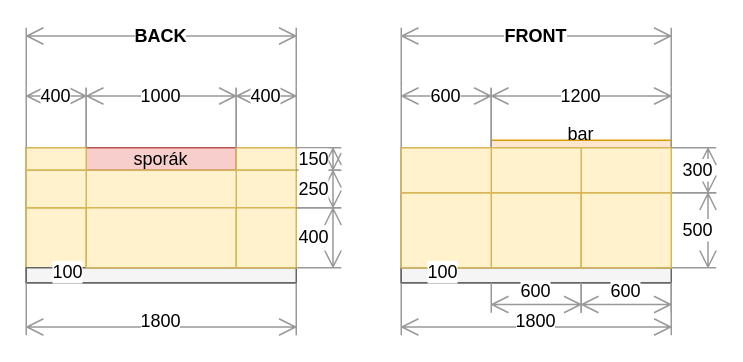
This is page "Page-1" (1 of 2) of docs/src/static/drawings/kitchen.island.drawio from surquest/flat-renovation, a draw.io file, before an edit. Source tidied: cells renumbered, new cells numbered last; positions are measured from the earlier drawing's top-left corner, leaving out a move shared by most shapes. Both pictures are drawn from the tidied source at 150%, with x=0, y=0 at pixel (26, 27).
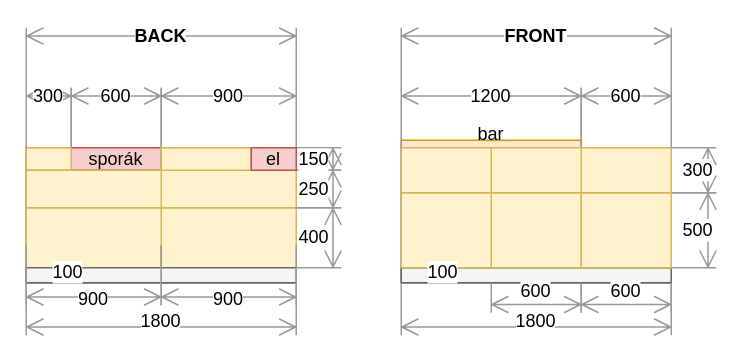
The same page after the edit.

Commit message (it also covers changes not shown here):
Kitchen layout patch

The edit, as a diff of the source:
```diff
@@
+    <mxCell id="12" style="rounded=0;whiteSpace=wrap;html=1;fillColor=#fff2cc;strokeColor=#d6b656;" parent="1" vertex="1">
+      <mxGeometry x="90" y="120" width="90" height="40" as="geometry" />
+    </mxCell>
+    <mxCell id="6" style="rounded=0;whiteSpace=wrap;html=1;fillColor=#fff2cc;strokeColor=#d6b656;" parent="1" vertex="1">
+      <mxGeometry y="120" width="90" height="40" as="geometry" />
+    </mxCell>
+    <mxCell id="7" style="rounded=0;whiteSpace=wrap;html=1;strokeColor=#666666;fillColor=#f5f5f5;fontColor=#333333;" parent="1" vertex="1">
+      <mxGeometry y="160" width="180" height="10" as="geometry" />
+    </mxCell>
     <mxCell id="3" value="sporák" style="rounded=0;whiteSpace=wrap;html=1;fillColor=#f8cecc;strokeColor=#b85450;" parent="1" vertex="1">
-      <mxGeometry x="40" y="80" width="100" height="15" as="geometry" />
+      <mxGeometry x="30" y="80" width="60" height="15" as="geometry" />
     </mxCell>
     <mxCell id="4" style="rounded=0;whiteSpace=wrap;html=1;fillColor=#fff2cc;strokeColor=#d6b656;" parent="1" vertex="1">
-      <mxGeometry x="140" y="80" width="40" height="15" as="geometry" />
+      <mxGeometry x="90" y="80" width="90" height="15" as="geometry" />
     </mxCell>
     <mxCell id="5" style="rounded=0;whiteSpace=wrap;html=1;fillColor=#fff2cc;strokeColor=#d6b656;" parent="1" vertex="1">
-      <mxGeometry x="140" y="95" width="40" height="25" as="geometry" />
+      <mxGeometry x="90" y="95" width="90" height="25" as="geometry" />
     </mxCell>
-    <mxCell id="6" style="rounded=0;whiteSpace=wrap;html=1;fillColor=#fff2cc;strokeColor=#d6b656;" parent="1" vertex="1">
-      <mxGeometry y="120" width="40" height="40" as="geometry" />
-    </mxCell>
-    <mxCell id="7" style="rounded=0;whiteSpace=wrap;html=1;strokeColor=#666666;fillColor=#f5f5f5;fontColor=#333333;" parent="1" vertex="1">
-      <mxGeometry y="160" width="180" height="10" as="geometry" />
-    </mxCell>
-    <mxCell id="8" style="rounded=0;whiteSpace=wrap;html=1;fillColor=#fff2cc;strokeColor=#d6b656;" parent="1" vertex="1">
-      <mxGeometry x="40" y="95" width="100" height="25" as="geometry" />
-    </mxCell>
-    <mxCell id="9" style="rounded=0;whiteSpace=wrap;html=1;fillColor=#fff2cc;strokeColor=#d6b656;" parent="1" vertex="1">
-      <mxGeometry x="40" y="120" width="100" height="40" as="geometry" />
-    </mxCell>
     <mxCell id="10" style="rounded=0;whiteSpace=wrap;html=1;fillColor=#fff2cc;strokeColor=#d6b656;" parent="1" vertex="1">
-      <mxGeometry y="80" width="40" height="15" as="geometry" />
+      <mxGeometry y="80" width="30" height="15" as="geometry" />
     </mxCell>
     <mxCell id="11" style="rounded=0;whiteSpace=wrap;html=1;fillColor=#fff2cc;strokeColor=#d6b656;" parent="1" vertex="1">
-      <mxGeometry y="95" width="40" height="25" as="geometry" />
+      <mxGeometry y="95" width="90" height="25" as="geometry" />
     </mxCell>
-    <mxCell id="12" style="rounded=0;whiteSpace=wrap;html=1;fillColor=#fff2cc;strokeColor=#d6b656;" parent="1" vertex="1">
-      <mxGeometry x="140" y="120" width="40" height="40" as="geometry" />
-    </mxCell>
@@
-    <mxCell id="15" value="400" style="shape=dimension;direction=west;whiteSpace=wrap;html=1;align=center;verticalAlign=top;spacingTop=-8;labelBackgroundColor=#ffffff;strokeColor=#999999;" parent="1" vertex="1">
-      <mxGeometry x="140" y="40" width="40" height="40" as="geometry" />
+    <mxCell id="15" value="900" style="shape=dimension;direction=west;whiteSpace=wrap;html=1;align=center;verticalAlign=top;spacingTop=-8;labelBackgroundColor=#ffffff;strokeColor=#999999;" parent="1" vertex="1">
+      <mxGeometry x="90" y="40" width="90" height="40" as="geometry" />
     </mxCell>
-    <mxCell id="16" value="400" style="shape=dimension;direction=west;whiteSpace=wrap;html=1;align=center;verticalAlign=top;spacingTop=-8;labelBackgroundColor=#ffffff;strokeColor=#999999;" parent="1" vertex="1">
-      <mxGeometry y="40" width="40" height="40" as="geometry" />
+    <mxCell id="16" value="300" style="shape=dimension;direction=west;whiteSpace=wrap;html=1;align=center;verticalAlign=top;spacingTop=-8;labelBackgroundColor=#ffffff;strokeColor=#999999;" parent="1" vertex="1">
+      <mxGeometry y="40" width="30" height="40" as="geometry" />
     </mxCell>
-    <mxCell id="17" value="1000" style="shape=dimension;direction=west;whiteSpace=wrap;html=1;align=center;verticalAlign=top;spacingTop=-8;labelBackgroundColor=#ffffff;strokeColor=#999999;" parent="1" vertex="1">
-      <mxGeometry x="40" y="40" width="100" height="40" as="geometry" />
+    <mxCell id="17" value="600" style="shape=dimension;direction=west;whiteSpace=wrap;html=1;align=center;verticalAlign=top;spacingTop=-8;labelBackgroundColor=#ffffff;strokeColor=#999999;" parent="1" vertex="1">
+      <mxGeometry x="30" y="40" width="60" height="40" as="geometry" />
     </mxCell>
@@
     <mxCell id="30" value="bar" style="rounded=0;whiteSpace=wrap;html=1;fillColor=#ffe6cc;strokeColor=#d79b00;verticalAlign=bottom;" parent="1" vertex="1">
-      <mxGeometry x="310" y="75" width="120" height="5" as="geometry" />
+      <mxGeometry x="250" y="75" width="120" height="5" as="geometry" />
     </mxCell>
@@
     <mxCell id="33" value="1200" style="shape=dimension;direction=west;whiteSpace=wrap;html=1;align=center;verticalAlign=top;spacingTop=-8;labelBackgroundColor=#ffffff;strokeColor=#999999;" parent="1" vertex="1">
-      <mxGeometry x="310" y="40" width="120" height="40" as="geometry" />
+      <mxGeometry x="250" y="40" width="120" height="40" as="geometry" />
     </mxCell>
     <mxCell id="34" value="600" style="shape=dimension;direction=west;whiteSpace=wrap;html=1;align=center;verticalAlign=top;spacingTop=-8;labelBackgroundColor=#ffffff;strokeColor=#999999;" parent="1" vertex="1">
-      <mxGeometry x="250" y="40" width="60" height="40" as="geometry" />
+      <mxGeometry x="370" y="40" width="60" height="40" as="geometry" />
     </mxCell>
@@
+    <mxCell id="40" style="rounded=0;whiteSpace=wrap;html=1;fillColor=#fff2cc;strokeColor=#d6b656;" parent="1" vertex="1">
+      <mxGeometry x="90" y="80" width="60" height="15" as="geometry" />
+    </mxCell>
+    <mxCell id="41" value="el" style="rounded=0;whiteSpace=wrap;html=1;fillColor=#f8cecc;strokeColor=#b85450;" parent="1" vertex="1">
+      <mxGeometry x="150" y="80" width="30" height="15" as="geometry" />
+    </mxCell>
+    <mxCell id="42" value="900" style="shape=dimension;whiteSpace=wrap;html=1;align=center;verticalAlign=bottom;spacingBottom=-5;labelBackgroundColor=#ffffff;strokeColor=#999999;" parent="1" vertex="1">
+      <mxGeometry y="145" width="90" height="40" as="geometry" />
+    </mxCell>
+    <mxCell id="43" value="900" style="shape=dimension;whiteSpace=wrap;html=1;align=center;verticalAlign=bottom;spacingBottom=-5;labelBackgroundColor=#ffffff;strokeColor=#999999;" parent="1" vertex="1">
+      <mxGeometry x="90" y="145" width="90" height="40" as="geometry" />
+    </mxCell>
```
